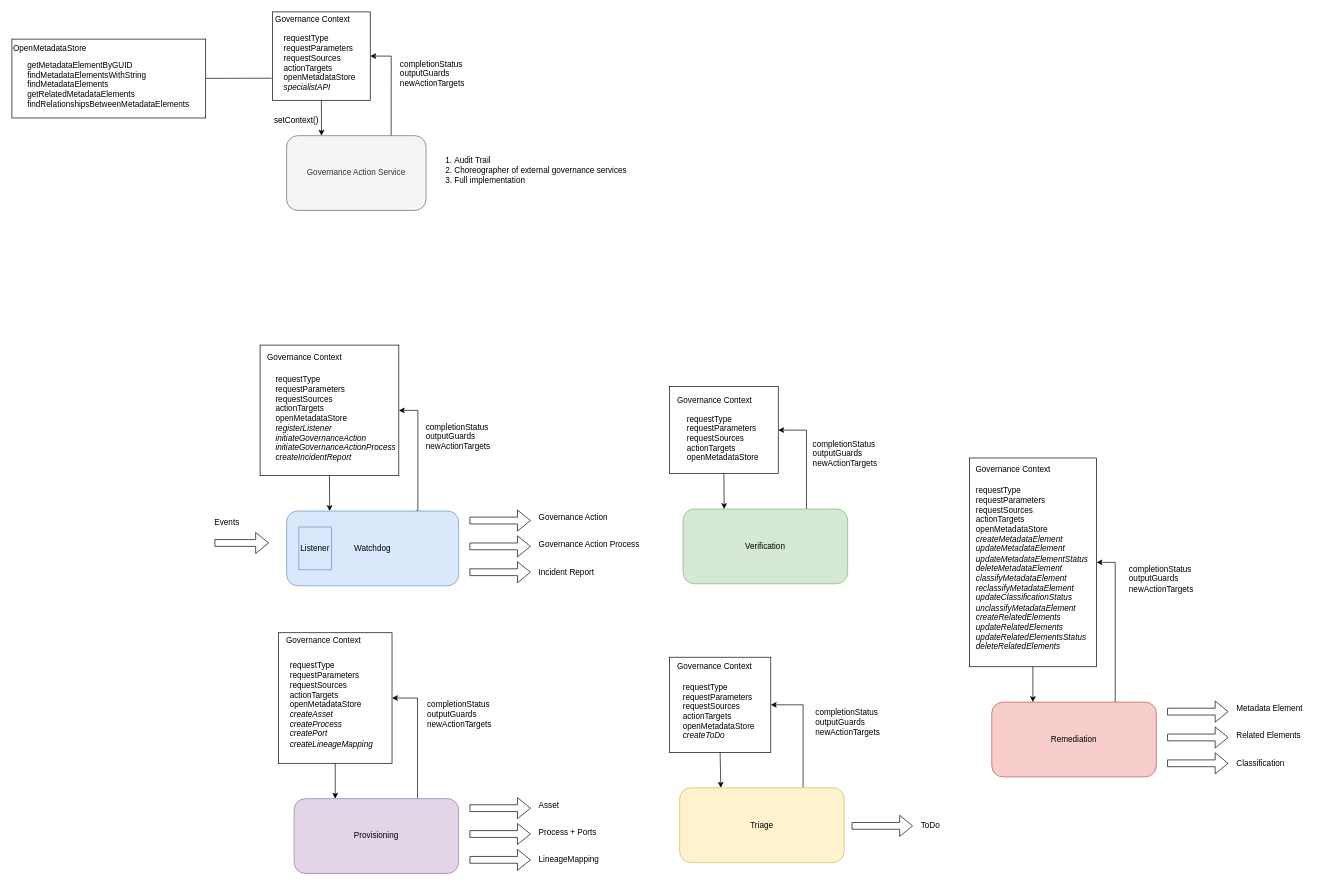
Earlier version of the draw.io diagram page "governance-action-services" (3 of 6) of site/docs/frameworks/gaf/governance-action-framework.drawio (odpi/egeria-docs). Source tidied: cells renumbered, new cells numbered last; positions are measured from the earlier drawing's top-left corner, leaving out a move shared by most shapes. Both pictures are drawn from the tidied source at 68%, with x=0, y=0 at pixel (12, 12).
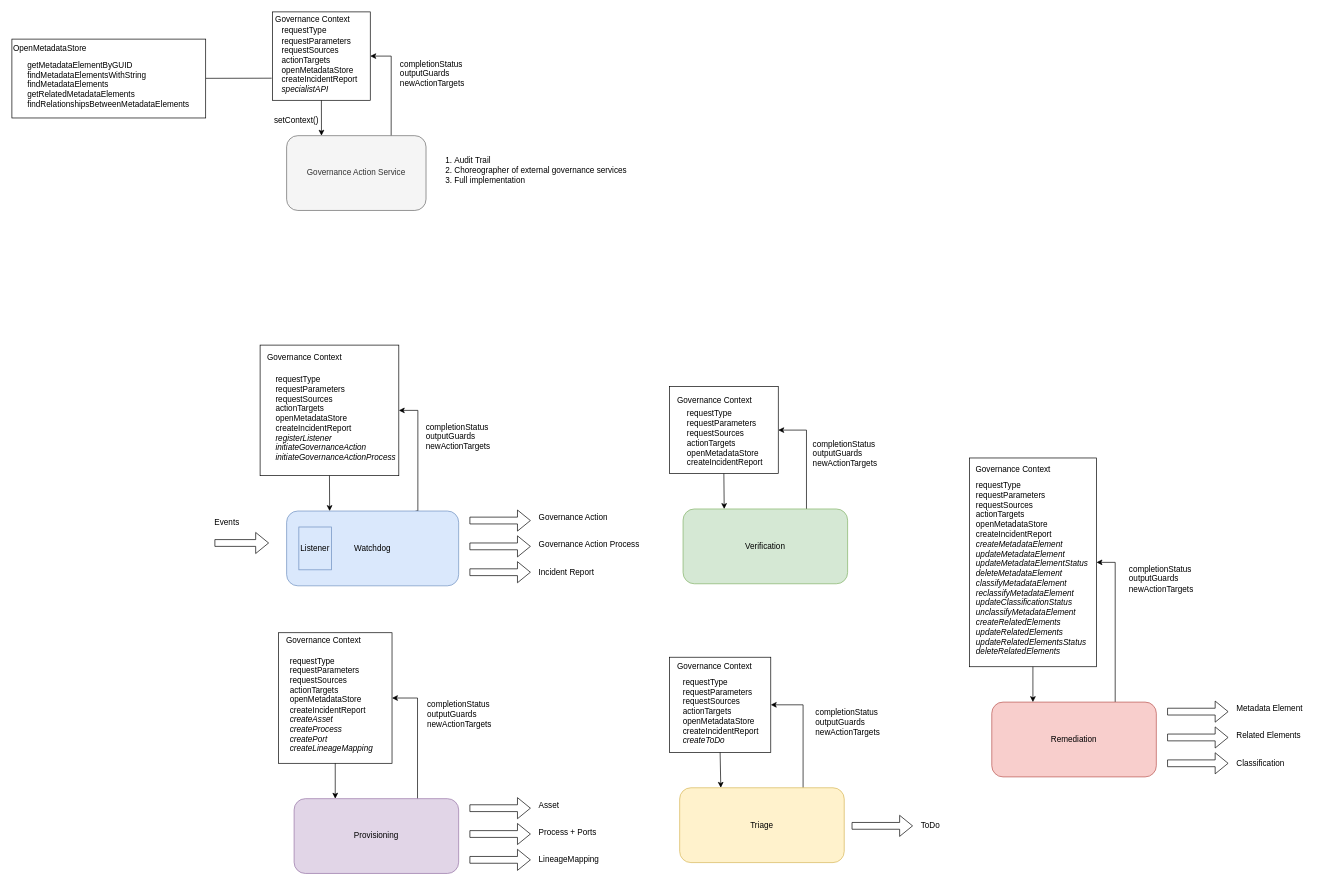
After the change.

Change to the diagram source:
```diff
@@
-    <mxCell id="14" value="requestType&lt;br&gt;requestParameters&lt;br&gt;requestSources&lt;br&gt;actionTargets&lt;br&gt;openMetadataStore&lt;br&gt;&lt;i&gt;registerListener&lt;br&gt;initiateGovernanceAction&lt;br&gt;initiateGovernanceActionProcess&lt;br&gt;createIncidentReport&lt;br&gt;&lt;/i&gt;" style="text;html=1;align=left;verticalAlign=middle;perimeterSpacing=3;" parent="1" vertex="1">
+    <mxCell id="14" value="requestType&lt;br&gt;requestParameters&lt;br&gt;requestSources&lt;br&gt;actionTargets&lt;br&gt;openMetadataStore&lt;br&gt;createIncidentReport&lt;br&gt;&lt;i&gt;registerListener&lt;/i&gt;&lt;br&gt;&lt;i&gt;initiateGovernanceAction&lt;/i&gt;&lt;br&gt;&lt;i&gt;initiateGovernanceActionProcess&lt;/i&gt;" style="text;html=1;align=left;verticalAlign=middle;perimeterSpacing=3;" parent="1" vertex="1">
       <mxGeometry x="385.5" y="533" width="190" height="130" as="geometry" />
     </mxCell>
@@
-    <mxCell id="21" value="requestType&lt;br&gt;requestParameters&lt;br&gt;requestSources&lt;br&gt;actionTargets&lt;br&gt;openMetadataStore&lt;br&gt;&lt;i&gt;specialistAPI&lt;/i&gt;" style="text;html=1;align=left;verticalAlign=middle;perimeterSpacing=3;" parent="1" vertex="1">
-      <mxGeometry x="398" y="30" width="120" height="90" as="geometry" />
+    <mxCell id="21" value="requestType&lt;br&gt;requestParameters&lt;br&gt;requestSources&lt;br&gt;actionTargets&lt;br&gt;openMetadataStore&lt;br&gt;createIncidentReport&lt;br&gt;&lt;i&gt;specialistAPI&lt;/i&gt;" style="text;html=1;align=left;verticalAlign=middle;perimeterSpacing=3;" parent="1" vertex="1">
+      <mxGeometry x="395" y="21" width="130" height="100" as="geometry" />
     </mxCell>
@@
-    <mxCell id="27" value="requestType&lt;br&gt;requestParameters&lt;br&gt;requestSources&lt;br&gt;actionTargets&lt;br&gt;openMetadataStore&lt;i&gt;&lt;br&gt;&lt;/i&gt;" style="text;html=1;align=left;verticalAlign=middle;perimeterSpacing=3;" parent="1" vertex="1">
-      <mxGeometry x="991" y="587" width="120" height="80" as="geometry" />
+    <mxCell id="27" value="requestType&lt;br&gt;requestParameters&lt;br&gt;requestSources&lt;br&gt;actionTargets&lt;br&gt;openMetadataStore&lt;br&gt;createIncidentReport&lt;i&gt;&lt;br&gt;&lt;/i&gt;" style="text;html=1;align=left;verticalAlign=middle;perimeterSpacing=3;" parent="1" vertex="1">
+      <mxGeometry x="991" y="582" width="130" height="90" as="geometry" />
     </mxCell>
@@
-    <mxCell id="33" value="requestType&lt;br&gt;requestParameters&lt;br&gt;requestSources&lt;br&gt;actionTargets&lt;br&gt;openMetadataStore&lt;br&gt;&lt;i&gt;createToDo&lt;br&gt;&lt;/i&gt;" style="text;html=1;align=left;verticalAlign=middle;perimeterSpacing=3;" parent="1" vertex="1">
-      <mxGeometry x="985" y="983.5" width="120" height="90" as="geometry" />
+    <mxCell id="33" value="requestType&lt;br&gt;requestParameters&lt;br&gt;requestSources&lt;br&gt;actionTargets&lt;br&gt;openMetadataStore&lt;br&gt;createIncidentReport&lt;br&gt;&lt;i&gt;createToDo&lt;br&gt;&lt;/i&gt;" style="text;html=1;align=left;verticalAlign=middle;perimeterSpacing=3;" parent="1" vertex="1">
+      <mxGeometry x="985" y="978.5" width="130" height="100" as="geometry" />
     </mxCell>
@@
-    <mxCell id="47" value="requestType&lt;br&gt;requestParameters&lt;br&gt;requestSources&lt;br&gt;actionTargets&lt;br&gt;openMetadataStore&lt;br&gt;&lt;i&gt;createAsset&lt;br&gt;createProcess&lt;br&gt;createPort&lt;br&gt;createLineageMapping&lt;br&gt;&lt;/i&gt;" style="text;html=1;align=left;verticalAlign=middle;perimeterSpacing=3;" parent="1" vertex="1">
-      <mxGeometry x="407" y="954" width="140" height="130" as="geometry" />
+    <mxCell id="47" value="requestType&lt;br&gt;requestParameters&lt;br&gt;requestSources&lt;br&gt;actionTargets&lt;br&gt;openMetadataStore&lt;br&gt;createIncidentReport&lt;br&gt;&lt;i&gt;createAsset&lt;br&gt;createProcess&lt;br&gt;createPort&lt;br&gt;createLineageMapping&lt;br&gt;&lt;/i&gt;" style="text;html=1;align=left;verticalAlign=middle;perimeterSpacing=3;" parent="1" vertex="1">
+      <mxGeometry x="407" y="944" width="140" height="150" as="geometry" />
     </mxCell>
@@
-    <mxCell id="59" value="requestType&lt;br&gt;requestParameters&lt;br&gt;requestSources&lt;br&gt;actionTargets&lt;br&gt;openMetadataStore&lt;br&gt;&lt;i&gt;createMetadataElement&lt;br&gt;updateMetadataElement&lt;br&gt;updateMetadataElementStatus&lt;br&gt;deleteMetadataElement&lt;br&gt;classifyMetadataElement&lt;br&gt;reclassifyMetadataElement&lt;br&gt;updateClassificationStatus&lt;br&gt;unclassifyMetadataElement&lt;br&gt;createRelatedElements&lt;br&gt;updateRelatedElements&lt;br&gt;updateRelatedElementsStatus&lt;br&gt;deleteRelatedElements&lt;br&gt;&lt;br&gt;&lt;/i&gt;" style="text;html=1;align=left;verticalAlign=middle;perimeterSpacing=3;" parent="1" vertex="1">
-      <mxGeometry x="1416" y="696" width="180" height="260" as="geometry" />
+    <mxCell id="59" value="requestType&lt;br&gt;requestParameters&lt;br&gt;requestSources&lt;br&gt;actionTargets&lt;br&gt;openMetadataStore&lt;br&gt;createIncidentReport&lt;br&gt;&lt;i&gt;createMetadataElement&lt;br&gt;updateMetadataElement&lt;br&gt;updateMetadataElementStatus&lt;br&gt;deleteMetadataElement&lt;br&gt;classifyMetadataElement&lt;br&gt;reclassifyMetadataElement&lt;br&gt;updateClassificationStatus&lt;br&gt;unclassifyMetadataElement&lt;br&gt;createRelatedElements&lt;br&gt;updateRelatedElements&lt;br&gt;updateRelatedElementsStatus&lt;br&gt;deleteRelatedElements&lt;br&gt;&lt;br&gt;&lt;/i&gt;" style="text;html=1;align=left;verticalAlign=middle;perimeterSpacing=3;" parent="1" vertex="1">
+      <mxGeometry x="1416" y="691" width="180" height="270" as="geometry" />
     </mxCell>
```
